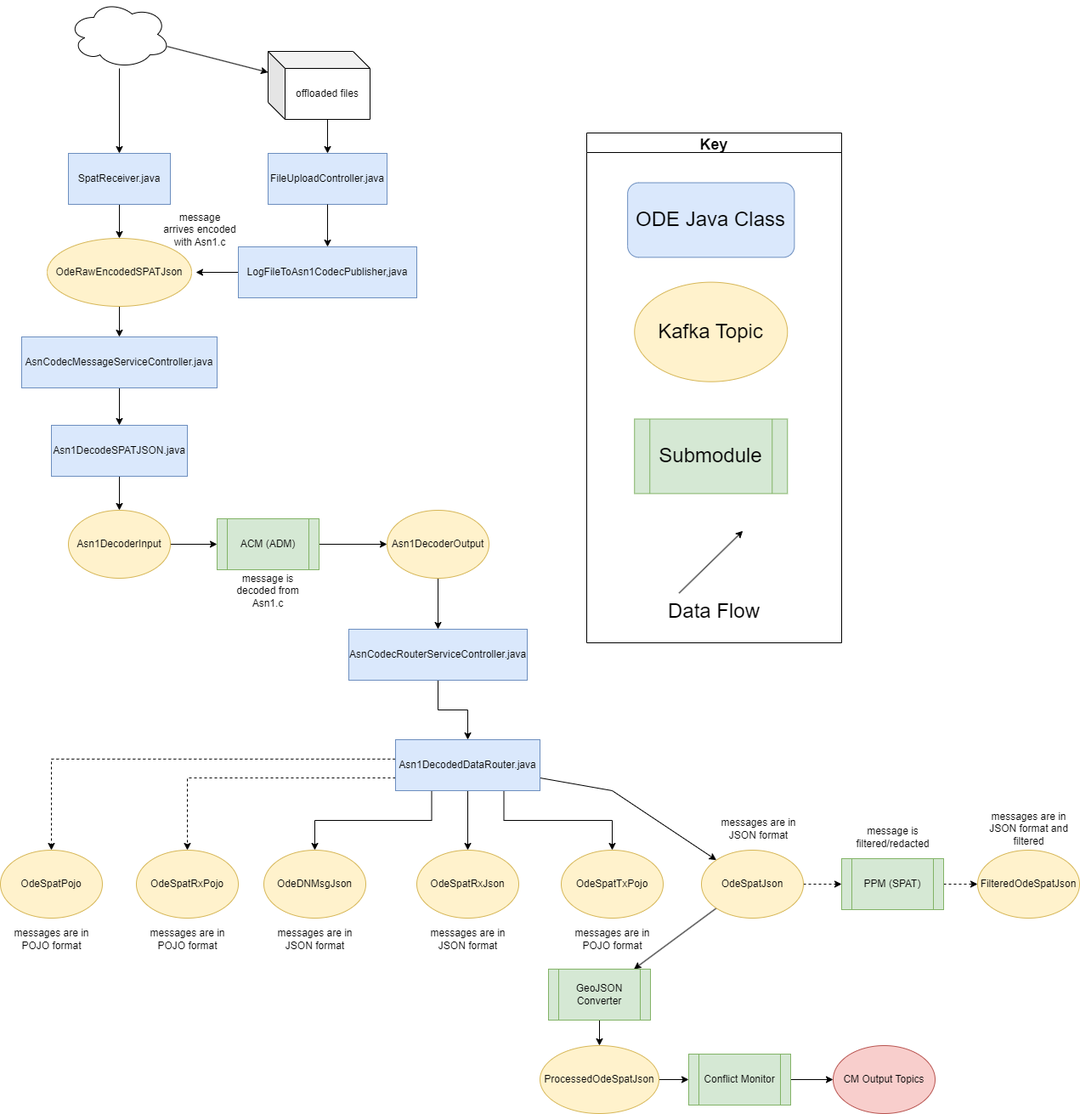
The draw.io diagram docs/data-flow-diagrams/spat/SPAT Data Flow.drawio.png in usdot-jpo-ode/jpo-ode, before a commit. Source tidied: cells renumbered, new cells last; positions are measured from the earlier drawing's top-left corner, leaving out a move shared by most shapes.
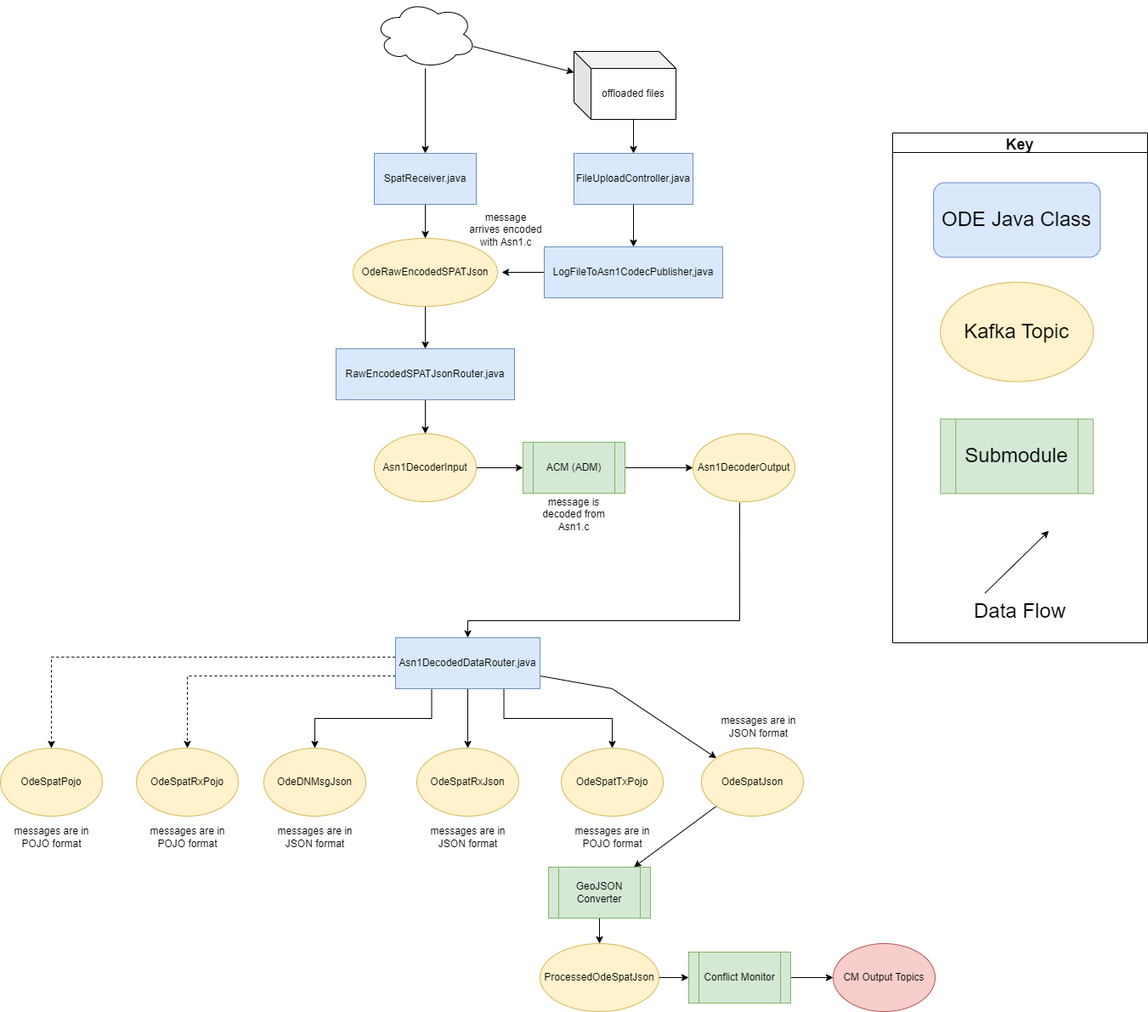
Later version of the same file.

The edit, as a diff of the source:
```diff
@@ -31,50 +31,43 @@
       <mxGeometry relative="1" as="geometry" />
     </mxCell>
     <mxCell id="10" value="ACM (ADM)" style="shape=process;whiteSpace=wrap;html=1;backgroundOutline=1;fillColor=#d5e8d4;strokeColor=#82b366;" parent="1" vertex="1">
-      <mxGeometry x="255" y="610" width="120" height="60" as="geometry" />
+      <mxGeometry x="615" y="640" width="120" height="60" as="geometry" />
     </mxCell>
-    <mxCell id="11" style="edgeStyle=orthogonalEdgeStyle;rounded=0;jettySize=auto;html=1;" parent="1" edge="1" source="12" target="22">
-      <mxGeometry relative="1" as="geometry" />
-    </mxCell>
-    <mxCell id="12" value="AsnCodecMessageServiceController.java" style="rounded=0;whiteSpace=wrap;html=1;fillColor=#dae8fc;strokeColor=#6c8ebf;" parent="1" vertex="1">
-      <mxGeometry x="25" y="396" width="230" height="60" as="geometry" />
-    </mxCell>
     <mxCell id="13" style="edgeStyle=orthogonalEdgeStyle;rounded=0;jettySize=auto;html=1;entryX=0;entryY=0.5;entryDx=0;entryDy=0;" parent="1" edge="1" source="14" target="10">
       <mxGeometry relative="1" as="geometry" />
     </mxCell>
     <mxCell id="14" value="Asn1DecoderInput" style="ellipse;whiteSpace=wrap;html=1;fillColor=#fff2cc;strokeColor=#d6b656;" parent="1" vertex="1">
-      <mxGeometry x="80" y="600" width="120" height="80" as="geometry" />
+      <mxGeometry x="440" y="630" width="120" height="80" as="geometry" />
     </mxCell>
-    <mxCell id="15" style="edgeStyle=orthogonalEdgeStyle;rounded=0;jettySize=auto;html=1;" parent="1" edge="1" source="16" target="24">
-      <mxGeometry relative="1" as="geometry" />
-    </mxCell>
     <mxCell id="16" value="Asn1DecoderOutput" style="ellipse;whiteSpace=wrap;html=1;fillColor=#fff2cc;strokeColor=#d6b656;" parent="1" vertex="1">
-      <mxGeometry x="455" y="600" width="120" height="80" as="geometry" />
+      <mxGeometry x="815" y="630" width="120" height="80" as="geometry" />
     </mxCell>
     <mxCell id="17" style="edgeStyle=orthogonalEdgeStyle;rounded=0;jettySize=auto;html=1;entryX=0.5;entryY=0;entryDx=0;entryDy=0;" parent="1" edge="1" source="18" target="20">
       <mxGeometry relative="1" as="geometry" />
     </mxCell>
     <mxCell id="18" value="SpatReceiver.java" style="rounded=0;whiteSpace=wrap;html=1;fillColor=#dae8fc;strokeColor=#6c8ebf;" parent="1" vertex="1">
-      <mxGeometry x="80" y="180" width="120" height="60" as="geometry" />
+      <mxGeometry x="440" y="300" width="120" height="60" as="geometry" />
     </mxCell>
-    <mxCell id="19" style="edgeStyle=orthogonalEdgeStyle;rounded=0;jettySize=auto;html=1;" parent="1" edge="1" source="20" target="12">
+    <mxCell id="19" style="edgeStyle=orthogonalEdgeStyle;rounded=0;jettySize=auto;html=1;entryX=0.5;entryY=0;entryDx=0;entryDy=0;" parent="1" edge="1" source="20" target="22">
       <mxGeometry relative="1" as="geometry" />
     </mxCell>
     <mxCell id="20" value="OdeRawEncodedSPATJson" style="ellipse;whiteSpace=wrap;html=1;fillColor=#fff2cc;strokeColor=#d6b656;" parent="1" vertex="1">
-      <mxGeometry x="55" y="280" width="170" height="80" as="geometry" />
+      <mxGeometry x="415" y="400" width="170" height="80" as="geometry" />
     </mxCell>
     <mxCell id="21" style="edgeStyle=orthogonalEdgeStyle;rounded=0;jettySize=auto;html=1;entryX=0.5;entryY=0;entryDx=0;entryDy=0;" parent="1" edge="1" source="22" target="14">
       <mxGeometry relative="1" as="geometry" />
     </mxCell>
-    <mxCell id="22" value="Asn1DecodeSPATJSON.java" style="rounded=0;whiteSpace=wrap;html=1;fillColor=#dae8fc;strokeColor=#6c8ebf;" parent="1" vertex="1">
-      <mxGeometry x="60" y="500" width="160" height="60" as="geometry" />
+    <mxCell id="22" value="RawEncodedSPATJsonRouter.java" style="rounded=0;whiteSpace=wrap;html=1;fillColor=#dae8fc;strokeColor=#6c8ebf;" parent="1" vertex="1">
+      <mxGeometry x="395" y="530" width="210" height="60" as="geometry" />
     </mxCell>
-    <mxCell id="23" style="edgeStyle=orthogonalEdgeStyle;rounded=0;jettySize=auto;html=1;entryX=0.5;entryY=0;entryDx=0;entryDy=0;exitX=0.5;exitY=1;exitDx=0;exitDy=0;" parent="1" edge="1" source="24" target="8">
-      <mxGeometry relative="1" as="geometry" />
+    <mxCell id="23" style="edgeStyle=orthogonalEdgeStyle;rounded=0;jettySize=auto;html=1;entryX=0.5;entryY=0;entryDx=0;entryDy=0;exitX=0.458;exitY=1.013;exitDx=0;exitDy=0;exitPerimeter=0;" parent="1" edge="1" source="16" target="8">
+      <mxGeometry relative="1" as="geometry">
+        <Array as="points">
+          <mxPoint x="870" y="850" />
+          <mxPoint x="550" y="850" />
+        </Array>
+      </mxGeometry>
     </mxCell>
-    <mxCell id="24" value="AsnCodecRouterServiceController.java" style="rounded=0;whiteSpace=wrap;html=1;fillColor=#dae8fc;strokeColor=#6c8ebf;" parent="1" vertex="1">
-      <mxGeometry x="410" y="740" width="210" height="60" as="geometry" />
-    </mxCell>
     <mxCell id="25" style="rounded=0;jettySize=auto;html=1;" parent="1" edge="1" source="27" target="18">
       <mxGeometry relative="1" as="geometry" />
     </mxCell>
@@ -82,10 +75,10 @@
       <mxGeometry relative="1" as="geometry" />
     </mxCell>
     <mxCell id="27" style="ellipse;shape=cloud;whiteSpace=wrap;html=1;" parent="1" vertex="1">
-      <mxGeometry x="80" width="120" height="80" as="geometry" />
+      <mxGeometry x="440" y="120" width="120" height="80" as="geometry" />
     </mxCell>
     <mxCell id="28" style="group;" parent="1" vertex="1">
-      <mxGeometry x="690" y="156" width="300" height="600" as="geometry" />
+      <mxGeometry x="1050" y="276" width="300" height="600" as="geometry" />
     </mxCell>
     <mxCell id="29" value="&lt;font style=&quot;font-size: 24px&quot;&gt;Submodule&lt;/font&gt;" style="shape=process;whiteSpace=wrap;html=1;backgroundOutline=1;fillColor=#d5e8d4;strokeColor=#82b366;labelBackgroundColor=none;" parent="28" vertex="1">
       <mxGeometry x="56.2" y="336.6" width="180" height="87.8" as="geometry" />
@@ -114,9 +107,6 @@
     <mxCell id="36" value="OdeSpatTxPojo" style="ellipse;whiteSpace=wrap;html=1;fillColor=#fff2cc;strokeColor=#d6b656;" parent="1" vertex="1">
       <mxGeometry x="660" y="1000" width="120" height="80" as="geometry" />
     </mxCell>
-    <mxCell id="37" style="edgeStyle=orthogonalEdgeStyle;rounded=0;jettySize=auto;html=1;dashed=1;" parent="1" edge="1" source="39" target="44">
-      <mxGeometry relative="1" as="geometry" />
-    </mxCell>
     <mxCell id="38" style="rounded=0;jettySize=auto;html=1;exitX=0;exitY=1;exitDx=0;exitDy=0;" parent="1" edge="1" source="39" target="56">
       <mxGeometry relative="1" as="geometry" />
     </mxCell>
@@ -129,23 +119,11 @@
     <mxCell id="41" value="OdeSpatRxPojo" style="ellipse;whiteSpace=wrap;html=1;fillColor=#fff2cc;strokeColor=#d6b656;" parent="1" vertex="1">
       <mxGeometry x="160" y="1000" width="120" height="80" as="geometry" />
     </mxCell>
-    <mxCell id="42" value="FilteredOdeSpatJson" style="ellipse;whiteSpace=wrap;html=1;fillColor=#fff2cc;strokeColor=#d6b656;" parent="1" vertex="1">
-      <mxGeometry x="1150" y="1000" width="120" height="80" as="geometry" />
-    </mxCell>
-    <mxCell id="43" style="edgeStyle=orthogonalEdgeStyle;rounded=0;jettySize=auto;html=1;dashed=1;" parent="1" edge="1" source="44" target="42">
-      <mxGeometry relative="1" as="geometry" />
-    </mxCell>
-    <mxCell id="44" value="PPM (SPAT)" style="shape=process;whiteSpace=wrap;html=1;backgroundOutline=1;fillColor=#d5e8d4;strokeColor=#82b366;" parent="1" vertex="1">
-      <mxGeometry x="990" y="1010" width="120" height="60" as="geometry" />
-    </mxCell>
     <mxCell id="45" value="message is decoded from Asn1.c" style="text;html=1;strokeColor=none;fillColor=none;align=center;verticalAlign=middle;whiteSpace=wrap;rounded=0;" parent="1" vertex="1">
-      <mxGeometry x="260" y="670" width="110" height="50" as="geometry" />
+      <mxGeometry x="620" y="700" width="110" height="50" as="geometry" />
     </mxCell>
-    <mxCell id="46" value="message is filtered/redacted" style="text;html=1;strokeColor=none;fillColor=none;align=center;verticalAlign=middle;whiteSpace=wrap;rounded=0;" parent="1" vertex="1">
-      <mxGeometry x="997.5" y="960" width="105" height="50" as="geometry" />
-    </mxCell>
     <mxCell id="47" value="&lt;font style=&quot;font-size: 24px&quot;&gt;Data Flow&lt;/font&gt;" style="text;html=1;strokeColor=none;fillColor=none;align=center;verticalAlign=middle;whiteSpace=wrap;rounded=0;labelBackgroundColor=none;" parent="1" vertex="1">
-      <mxGeometry x="780" y="697.5" width="120" height="43.9" as="geometry" />
+      <mxGeometry x="1140" y="817.5" width="120" height="43.9" as="geometry" />
     </mxCell>
     <mxCell id="48" value="messages are in JSON format" style="text;html=1;strokeColor=none;fillColor=none;align=center;verticalAlign=middle;whiteSpace=wrap;rounded=0;" parent="1" vertex="1">
       <mxGeometry x="317.5" y="1080" width="105" height="50" as="geometry" />
@@ -165,9 +143,6 @@
     <mxCell id="53" value="messages are in POJO format" style="text;html=1;strokeColor=none;fillColor=none;align=center;verticalAlign=middle;whiteSpace=wrap;rounded=0;" parent="1" vertex="1">
       <mxGeometry x="7.5" y="1080" width="105" height="50" as="geometry" />
     </mxCell>
-    <mxCell id="54" value="messages are in JSON format and filtered" style="text;html=1;strokeColor=none;fillColor=none;align=center;verticalAlign=middle;whiteSpace=wrap;rounded=0;" parent="1" vertex="1">
-      <mxGeometry x="1157.5" y="950" width="105" height="50" as="geometry" />
-    </mxCell>
     <mxCell id="55" style="edgeStyle=orthogonalEdgeStyle;rounded=0;jettySize=auto;html=1;" parent="1" edge="1" source="56" target="61">
       <mxGeometry relative="1" as="geometry" />
     </mxCell>
@@ -193,24 +168,24 @@
       <mxGeometry relative="1" as="geometry" />
     </mxCell>
     <mxCell id="63" value="offloaded files" style="shape=cube;whiteSpace=wrap;html=1;boundedLbl=1;backgroundOutline=1;darkOpacity=0.05;darkOpacity2=0.1;" parent="1" vertex="1">
-      <mxGeometry x="315" y="60" width="120" height="80" as="geometry" />
+      <mxGeometry x="675" y="180" width="120" height="80" as="geometry" />
     </mxCell>
     <mxCell id="64" value="FileUploadController.java" style="rounded=0;whiteSpace=wrap;html=1;fillColor=#dae8fc;strokeColor=#6c8ebf;" parent="1" vertex="1">
-      <mxGeometry x="315" y="180" width="140" height="60" as="geometry" />
+      <mxGeometry x="675" y="300" width="140" height="60" as="geometry" />
     </mxCell>
     <mxCell id="65" style="rounded=0;jettySize=auto;html=1;" parent="1" edge="1" source="64" target="67">
       <mxGeometry relative="1" as="geometry" />
     </mxCell>
     <mxCell id="66" style="edgeStyle=orthogonalEdgeStyle;rounded=0;jettySize=auto;html=1;exitX=0;exitY=0.5;exitDx=0;exitDy=0;" parent="1" edge="1" source="67">
       <mxGeometry relative="1" as="geometry">
-        <mxPoint x="230" y="320" as="targetPoint" />
+        <mxPoint x="590" y="440" as="targetPoint" />
       </mxGeometry>
     </mxCell>
     <mxCell id="67" value="LogFileToAsn1CodecPublisher,java" style="rounded=0;whiteSpace=wrap;html=1;fillColor=#dae8fc;strokeColor=#6c8ebf;" parent="1" vertex="1">
-      <mxGeometry x="280" y="290" width="210" height="60" as="geometry" />
+      <mxGeometry x="640" y="410" width="210" height="60" as="geometry" />
     </mxCell>
     <mxCell id="68" value="&lt;span&gt;message arrives encoded with Asn1.c&lt;/span&gt;" style="text;html=1;strokeColor=none;fillColor=none;align=center;verticalAlign=middle;whiteSpace=wrap;rounded=0;" parent="1" vertex="1">
-      <mxGeometry x="190" y="240" width="90" height="60" as="geometry" />
+      <mxGeometry x="550" y="360" width="90" height="60" as="geometry" />
     </mxCell>
   </root>
 </mxGraphModel>
```
